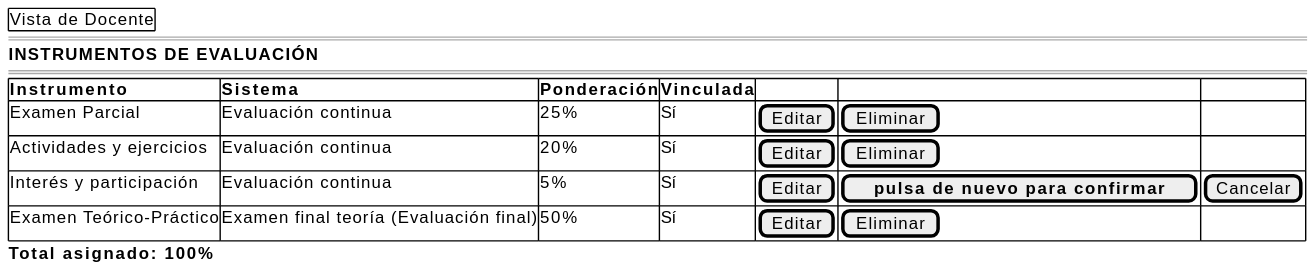
This is images/RUP/01-requisitos/03-detalle-casos-uso/eliminarPonderacionEvaluacion/wireframe.svg from mmasias/pyCeldaPublico, a PlantUML export, as it was before one commit. The source it was exported from:
```plantuml
@startsalt eliminarPonderacionEvaluacion-wireframe
{
    {+ Vista de Docente }
    ====
    <b>INSTRUMENTOS DE EVALUACIÓN</b>
    ====
    {#
        <b>Instrumento | <b>Sistema | <b>Ponderación | <b>Vinculada | . | . | .
        Examen Parcial | Evaluación continua | 25% | Sí | [Editar] | [Eliminar] | .
        Actividades y ejercicios | Evaluación continua | 20% | Sí | [Editar] | [Eliminar] | .
        Interés y participación | Evaluación continua | 5% | Sí | [Editar] | [ <b>pulsa de nuevo para confirmar</b> ] | [Cancelar]
        Examen Teórico-Práctico | Examen final teoría (Evaluación final) | 50% | Sí | [Editar] | [Eliminar] | .
    }
    <b>Total asignado: 100%</b>
}
@endsalt
```
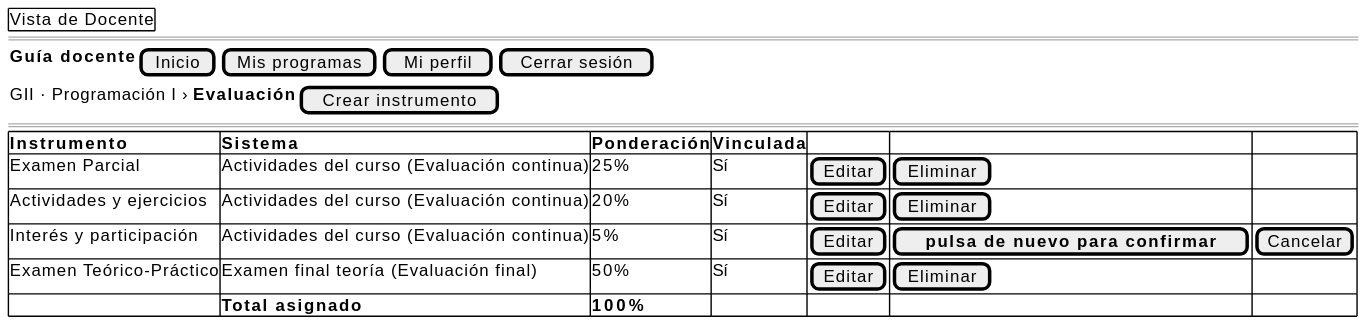
After the change.

Change to the diagram source:
```diff
@@ -2,15 +2,16 @@
 {
     {+ Vista de Docente }
     ====
-    <b>INSTRUMENTOS DE EVALUACIÓN</b>
+    {<b>Guía docente</b> | [Inicio] | [Mis programas] | [Mi perfil] | [Cerrar sesión]}
+    {GII · Programación I › <b>Evaluación</b> | [Crear instrumento]}
     ====
     {#
         <b>Instrumento | <b>Sistema | <b>Ponderación | <b>Vinculada | . | . | .
-        Examen Parcial | Evaluación continua | 25% | Sí | [Editar] | [Eliminar] | .
-        Actividades y ejercicios | Evaluación continua | 20% | Sí | [Editar] | [Eliminar] | .
-        Interés y participación | Evaluación continua | 5% | Sí | [Editar] | [ <b>pulsa de nuevo para confirmar</b> ] | [Cancelar]
+        Examen Parcial | Actividades del curso (Evaluación continua) | 25% | Sí | [Editar] | [Eliminar] | .
+        Actividades y ejercicios | Actividades del curso (Evaluación continua) | 20% | Sí | [Editar] | [Eliminar] | .
+        Interés y participación | Actividades del curso (Evaluación continua) | 5% | Sí | [Editar] | [ <b>pulsa de nuevo para confirmar</b> ] | [Cancelar]
         Examen Teórico-Práctico | Examen final teoría (Evaluación final) | 50% | Sí | [Editar] | [Eliminar] | .
+        . | <b>Total asignado</b> | <b>100%</b> | . | . | . | .
     }
-    <b>Total asignado: 100%</b>
 }
 @endsalt
```
